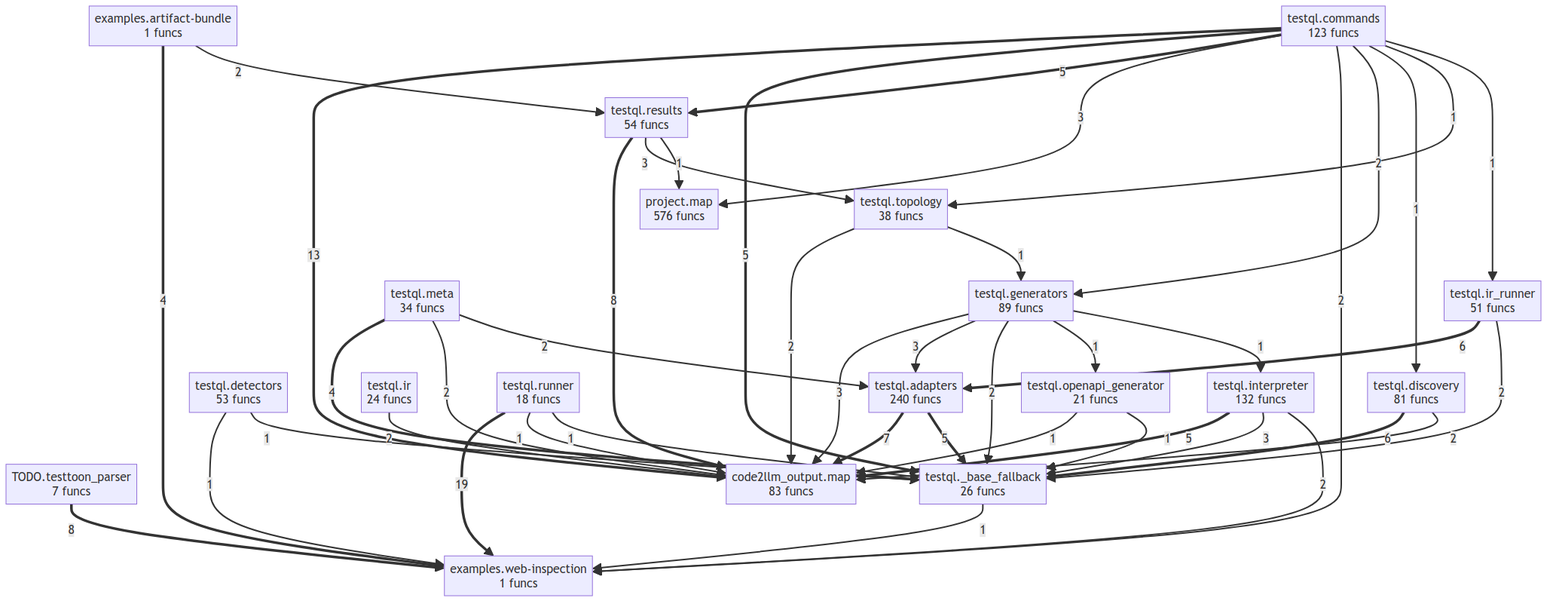
Above: project/compact_flow.png in oqlos/testql (Mermaid), before the change. Its source is kept beside it as project/compact_flow.mmd.
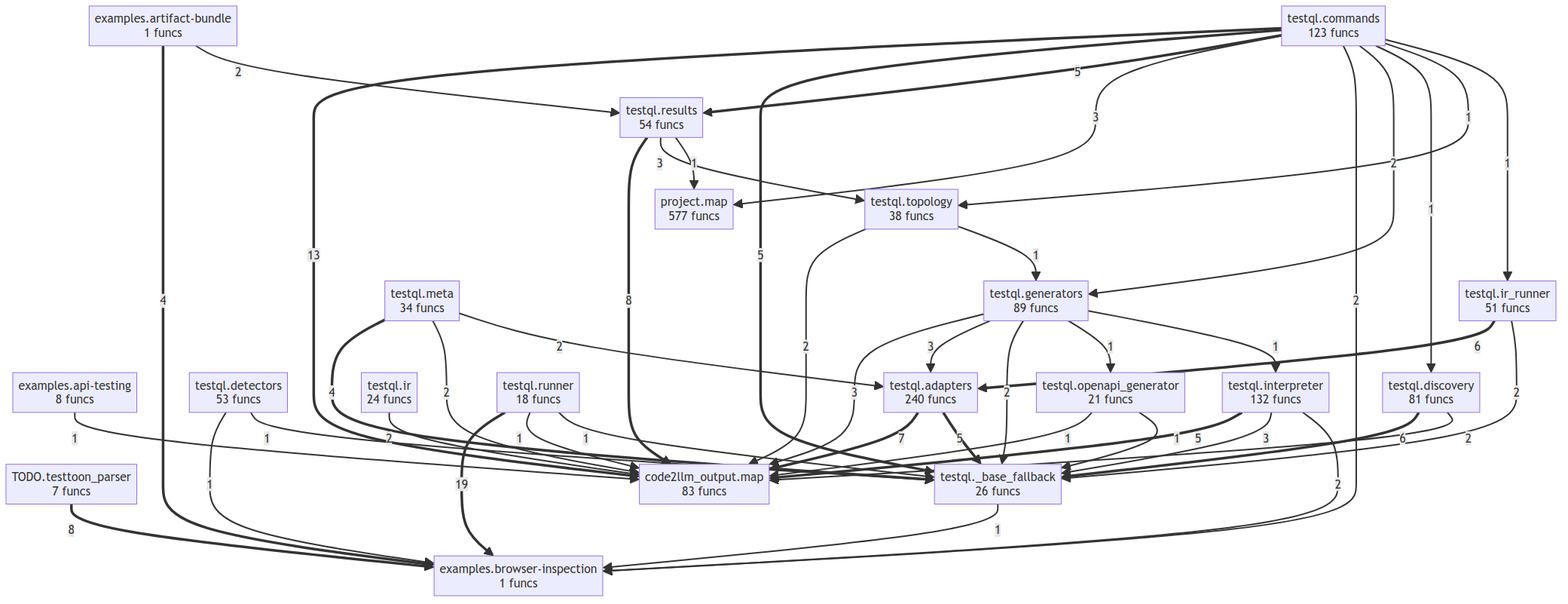
After the change.

Change to the diagram source:
```diff
@@ -1,9 +1,10 @@
 flowchart TD
     TODO__testtoon_parser["TODO.testtoon_parser<br/>7 funcs"]
     code2llm_output__map["code2llm_output.map<br/>83 funcs"]
+    examples__api_testing["examples.api-testing<br/>8 funcs"]
     examples__artifact_bundle["examples.artifact-bundle<br/>1 funcs"]
-    examples__web_inspection["examples.web-inspection<br/>1 funcs"]
-    project__map["project.map<br/>576 funcs"]
+    examples__browser_inspection["examples.browser-inspection<br/>1 funcs"]
+    project__map["project.map<br/>577 funcs"]
     testql___base_fallback["testql._base_fallback<br/>26 funcs"]
     testql__adapters["testql.adapters<br/>240 funcs"]
     testql__commands["testql.commands<br/>123 funcs"]
@@ -18,9 +19,9 @@
     testql__results["testql.results<br/>54 funcs"]
     testql__runner["testql.runner<br/>18 funcs"]
     testql__topology["testql.topology<br/>38 funcs"]
-    testql__runner ==>|19| examples__web_inspection
+    testql__runner ==>|19| examples__browser_inspection
     testql__commands ==>|13| code2llm_output__map
-    TODO__testtoon_parser ==>|8| examples__web_inspection
+    TODO__testtoon_parser ==>|8| examples__browser_inspection
     testql__results ==>|8| code2llm_output__map
     testql__adapters ==>|7| code2llm_output__map
     testql__discovery ==>|6| testql___base_fallback
@@ -29,16 +30,17 @@
     testql__commands ==>|5| testql__results
     testql__interpreter ==>|5| code2llm_output__map
     testql__adapters ==>|5| testql___base_fallback
+    examples__artifact_bundle ==>|4| examples__browser_inspection
     testql__meta ==>|4| testql___base_fallback
-    examples__artifact_bundle ==>|4| examples__web_inspection
     testql__commands -->|3| project__map
     testql__interpreter -->|3| testql___base_fallback
     testql__results -->|3| testql__topology
     testql__generators -->|3| code2llm_output__map
     testql__generators -->|3| testql__adapters
-    testql__commands -->|2| examples__web_inspection
+    examples__artifact_bundle -->|2| testql__results
+    testql__commands -->|2| examples__browser_inspection
     testql__commands -->|2| testql__generators
-    testql__interpreter -->|2| examples__web_inspection
+    testql__interpreter -->|2| examples__browser_inspection
     testql__ir -->|2| code2llm_output__map
     testql__discovery -->|2| code2llm_output__map
     testql__generators -->|2| testql___base_fallback
@@ -46,18 +48,18 @@
     testql__meta -->|2| testql__adapters
     testql__ir_runner -->|2| testql___base_fallback
     testql__topology -->|2| code2llm_output__map
-    examples__artifact_bundle -->|2| testql__results
     testql__runner -->|1| code2llm_output__map
     testql__runner -->|1| testql___base_fallback
     testql__openapi_generator -->|1| code2llm_output__map
     testql__openapi_generator -->|1| testql___base_fallback
-    testql___base_fallback -->|1| examples__web_inspection
+    testql___base_fallback -->|1| examples__browser_inspection
     testql__commands -->|1| testql__discovery
     testql__commands -->|1| testql__topology
     testql__commands -->|1| testql__ir_runner
     testql__results -->|1| project__map
     testql__generators -->|1| testql__openapi_generator
     testql__generators -->|1| testql__interpreter
-    testql__detectors -->|1| examples__web_inspection
+    testql__detectors -->|1| examples__browser_inspection
     testql__detectors -->|1| testql___base_fallback
     testql__topology -->|1| testql__generators
+    examples__api_testing -->|1| code2llm_output__map
```
